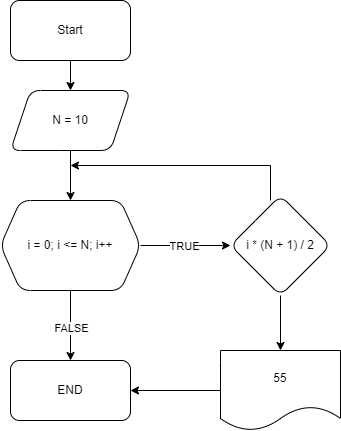
Earlier version of the draw.io export task1.png (Kamran-Zeynalov/Algoritm). Source tidied: cells renumbered, new cells last; positions are measured from the earlier drawing's top-left corner, leaving out a move shared by most shapes.
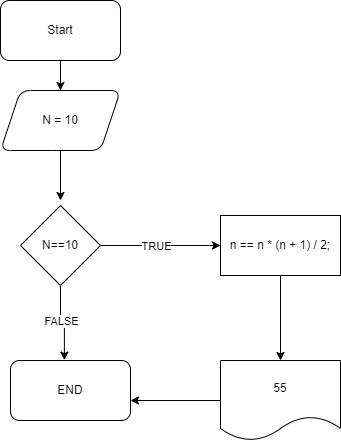
The same diagram one commit later.

Diff of the diagram source:
```diff
@@ -8,54 +8,53 @@
     <mxCell id="3" value="Start" style="rounded=1;whiteSpace=wrap;html=1;" parent="1" vertex="1">
       <mxGeometry x="10" width="120" height="60" as="geometry" />
     </mxCell>
-    <mxCell id="4" style="edgeStyle=orthogonalEdgeStyle;rounded=0;jettySize=auto;html=1;" parent="1" edge="1" source="5" target="10">
-      <mxGeometry relative="1" as="geometry" />
+    <mxCell id="4" style="edgeStyle=orthogonalEdgeStyle;rounded=0;jettySize=auto;html=1;" parent="1" edge="1" source="5">
+      <mxGeometry relative="1" as="geometry">
+        <mxPoint x="70" y="200" as="targetPoint" />
+      </mxGeometry>
     </mxCell>
     <mxCell id="5" value="N = 10" style="shape=parallelogram;perimeter=parallelogramPerimeter;whiteSpace=wrap;html=1;fixedSize=1;rounded=1;" parent="1" vertex="1">
       <mxGeometry x="10" y="90" width="120" height="60" as="geometry" />
     </mxCell>
-    <mxCell id="6" style="edgeStyle=orthogonalEdgeStyle;rounded=0;jettySize=auto;html=1;" parent="1" edge="1" source="10" target="11">
-      <mxGeometry relative="1" as="geometry" />
-    </mxCell>
-    <mxCell id="7" value="FALSE" style="edgeLabel;html=1;align=center;verticalAlign=middle;" parent="6" vertex="1">
-      <mxGeometry x="-0.29" y="-1" relative="1" as="geometry">
-        <mxPoint x="1" y="12" as="offset" />
-      </mxGeometry>
-    </mxCell>
-    <mxCell id="8" style="edgeStyle=orthogonalEdgeStyle;rounded=0;jettySize=auto;html=1;entryX=0;entryY=0.5;entryDx=0;entryDy=0;" parent="1" edge="1" source="10" target="14">
-      <mxGeometry relative="1" as="geometry" />
+    <mxCell id="8" style="edgeStyle=orthogonalEdgeStyle;rounded=0;jettySize=auto;html=1;entryX=0;entryY=0.5;entryDx=0;entryDy=0;exitX=1;exitY=0.5;exitDx=0;exitDy=0;" parent="1" edge="1" source="20">
+      <mxGeometry relative="1" as="geometry">
+        <mxPoint x="230" y="245" as="targetPoint" />
+      </mxGeometry>
     </mxCell>
     <mxCell id="9" value="TRUE" style="edgeLabel;html=1;align=center;verticalAlign=middle;" parent="8" vertex="1">
       <mxGeometry x="-0.26" y="-1" relative="1" as="geometry">
         <mxPoint x="10" y="-1" as="offset" />
       </mxGeometry>
     </mxCell>
-    <mxCell id="10" value="i = 0; i &amp;lt;= N; i++" style="shape=hexagon;perimeter=hexagonPerimeter2;whiteSpace=wrap;html=1;fixedSize=1;rounded=1;" parent="1" vertex="1">
-      <mxGeometry y="200" width="140" height="90" as="geometry" />
-    </mxCell>
     <mxCell id="11" value="END" style="whiteSpace=wrap;html=1;rounded=1;" parent="1" vertex="1">
-      <mxGeometry x="10" y="360" width="120" height="60" as="geometry" />
+      <mxGeometry x="20" y="360" width="120" height="60" as="geometry" />
     </mxCell>
-    <mxCell id="12" style="edgeStyle=orthogonalEdgeStyle;rounded=0;orthogonalLoop=1;jettySize=auto;html=1;" parent="1" edge="1">
-      <mxGeometry relative="1" as="geometry">
-        <mxPoint x="270" y="200" as="sourcePoint" />
-        <mxPoint x="70" y="165" as="targetPoint" />
-        <Array as="points">
-          <mxPoint x="270" y="165" />
-        </Array>
-      </mxGeometry>
-    </mxCell>
-    <mxCell id="13" style="edgeStyle=orthogonalEdgeStyle;rounded=0;jettySize=auto;html=1;" parent="1" edge="1" source="14" target="16">
-      <mxGeometry relative="1" as="geometry" />
-    </mxCell>
-    <mxCell id="14" value="i * (N + 1) / 2" style="rhombus;whiteSpace=wrap;html=1;rounded=1;" parent="1" vertex="1">
-      <mxGeometry x="230" y="195" width="100" height="100" as="geometry" />
-    </mxCell>
     <mxCell id="15" style="edgeStyle=orthogonalEdgeStyle;rounded=0;jettySize=auto;html=1;" parent="1" edge="1" source="16" target="11">
-      <mxGeometry relative="1" as="geometry" />
+      <mxGeometry relative="1" as="geometry">
+        <Array as="points">
+          <mxPoint x="260" y="390" />
+        </Array>
+      </mxGeometry>
     </mxCell>
     <mxCell id="16" value="55" style="shape=document;whiteSpace=wrap;html=1;boundedLbl=1;rounded=1;" parent="1" vertex="1">
-      <mxGeometry x="220" y="350" width="120" height="80" as="geometry" />
+      <mxGeometry x="230" y="360" width="120" height="80" as="geometry" />
     </mxCell>
+    <mxCell id="17" style="edgeStyle=orthogonalEdgeStyle;rounded=0;jettySize=auto;html=1;" parent="1" edge="1" source="18" target="16">
+      <mxGeometry relative="1" as="geometry" />
+    </mxCell>
+    <mxCell id="18" value="n == n * (n + 1) / 2;" style="rounded=0;whiteSpace=wrap;html=1;" parent="1" vertex="1">
+      <mxGeometry x="230" y="215" width="120" height="60" as="geometry" />
+    </mxCell>
+    <mxCell id="19" style="edgeStyle=orthogonalEdgeStyle;rounded=0;jettySize=auto;html=1;entryX=0.449;entryY=-0.006;entryDx=0;entryDy=0;entryPerimeter=0;" parent="1" edge="1" source="20" target="11">
+      <mxGeometry relative="1" as="geometry" />
+    </mxCell>
+    <mxCell id="7" value="FALSE" style="edgeLabel;html=1;align=center;verticalAlign=middle;" parent="19" vertex="1">
+      <mxGeometry x="-0.6" y="3" relative="1" as="geometry">
+        <mxPoint x="-3" y="19" as="offset" />
+      </mxGeometry>
+    </mxCell>
+    <mxCell id="20" value="N==10" style="rhombus;whiteSpace=wrap;html=1;" parent="1" vertex="1">
+      <mxGeometry x="30" y="205" width="80" height="80" as="geometry" />
+    </mxCell>
   </root>
 </mxGraphModel>
```
